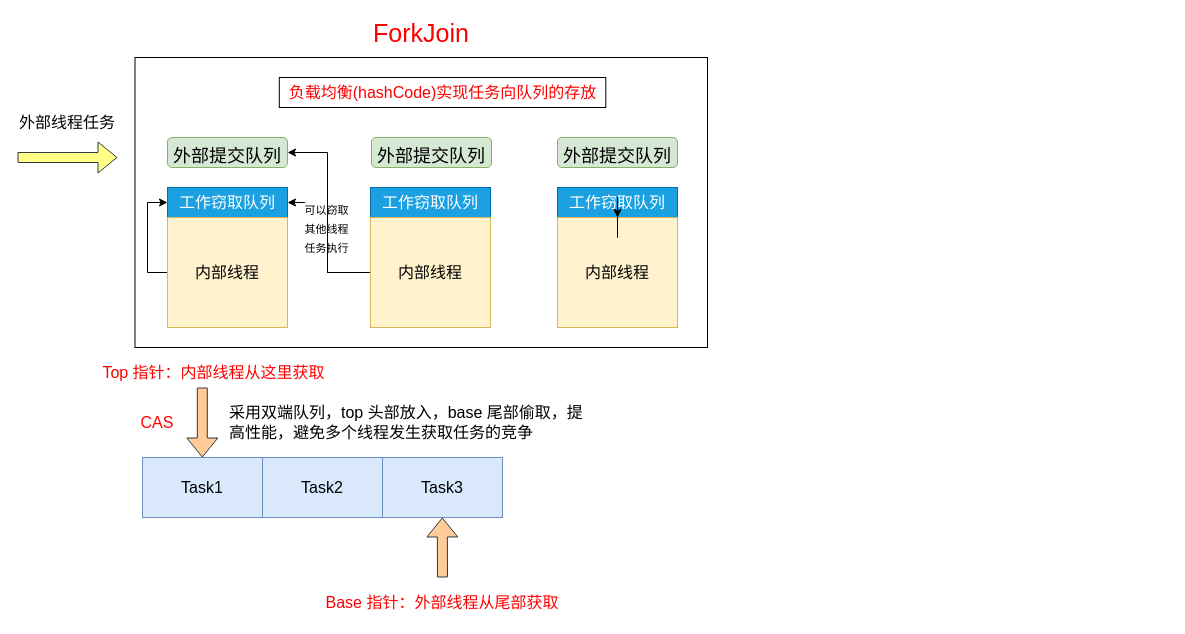
This is utilsdemo/src/main/resources/FlowDiagram/ForkJoin设计框架.drawio from an-1024/WorkUtil, a draw.io file, before an edit. Source tidied: cells renumbered, new cells numbered last; positions are measured from the earlier drawing's top-left corner, leaving out a move shared by most shapes. Both pictures are drawn from the tidied source at 100%, with x=0, y=0 at pixel (17, 17).
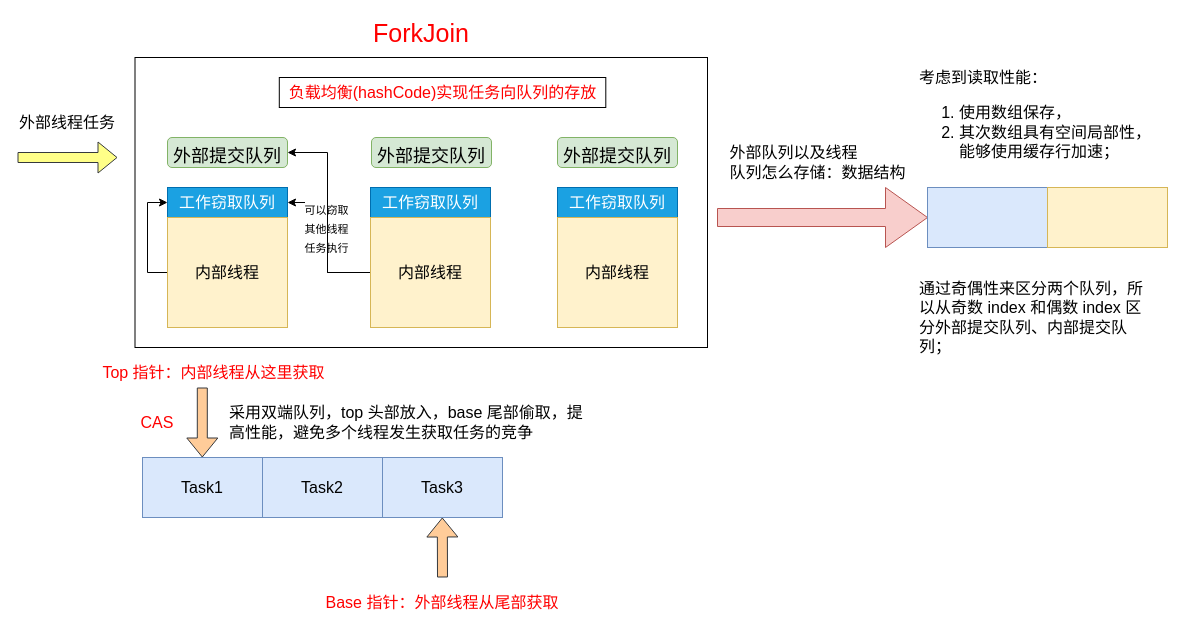
The same diagram, later.

Commit message (it also covers changes not shown here):
更新ForkJoin设计框架.drawio

The change refers to these unchanged cells:
```xml
<mxCell id="2" style="group;" parent="1" vertex="1">
  <mxGeometry width="690" height="600" as="geometry" />
</mxCell>
<mxCell id="27" value="&lt;font style=&quot;font-size: 16px;&quot;&gt;工作窃取队列&lt;/font&gt;" style="rounded=0;whiteSpace=wrap;html=1;fontSize=18;fontColor=#ffffff;fillColor=#1ba1e2;strokeColor=#006EAF;" parent="2" vertex="1">
  <mxGeometry x="540" y="170" width="120" height="30" as="geometry" />
</mxCell>
<mxCell id="28" value="内部线程" style="rounded=0;whiteSpace=wrap;html=1;fontSize=16;fillColor=#fff2cc;strokeColor=#d6b656;" parent="2" vertex="1">
  <mxGeometry x="540" y="200" width="120" height="110" as="geometry" />
</mxCell>
```

The edit, as a diff of the source:
```diff
@@
-    <mxCell id="29" style="edgeStyle=orthogonalEdgeStyle;rounded=0;jettySize=auto;html=1;fontSize=11;fontColor=#000000;" parent="2" edge="1" source="27" target="28">
-      <mxGeometry relative="1" as="geometry" />
-    </mxCell>
@@
+    <mxCell id="31" style="shape=singleArrow;whiteSpace=wrap;html=1;fontSize=16;fillColor=#f8cecc;strokeColor=#b85450;" parent="1" vertex="1">
+      <mxGeometry x="700" y="170" width="210" height="60" as="geometry" />
+    </mxCell>
+    <mxCell id="32" value="&lt;div style=&quot;text-align: left;&quot;&gt;&lt;span style=&quot;color: rgb(0, 0, 0); background-color: initial;&quot;&gt;外部队列以及线程&lt;/span&gt;&lt;/div&gt;&lt;font color=&quot;#000000&quot;&gt;队列怎么存储：数据结构&lt;/font&gt;" style="text;html=1;align=center;verticalAlign=middle;strokeColor=none;fillColor=none;fontSize=16;fontColor=#FF0000;" parent="1" vertex="1">
+      <mxGeometry x="700" y="120" width="200" height="50" as="geometry" />
+    </mxCell>
+    <mxCell id="33" style="rounded=0;whiteSpace=wrap;html=1;strokeColor=#6c8ebf;fontSize=16;fillColor=#dae8fc;" parent="1" vertex="1">
+      <mxGeometry x="910" y="170" width="120" height="60" as="geometry" />
+    </mxCell>
+    <mxCell id="34" value="考虑到读取性能：&lt;br&gt;&lt;ol&gt;&lt;li&gt;使用数组保存，&lt;/li&gt;&lt;li&gt;其次数组具有空间局部性，能够使用缓存行加速；&lt;/li&gt;&lt;/ol&gt;" style="text;html=1;strokeColor=none;fillColor=none;align=left;verticalAlign=middle;whiteSpace=wrap;rounded=0;fontSize=16;fontColor=#000000;" parent="1" vertex="1">
+      <mxGeometry x="900" y="50" width="240" height="110" as="geometry" />
+    </mxCell>
+    <mxCell id="35" value="通过奇偶性来区分两个队列，所以从奇数 index 和偶数 index 区分外部提交队列、内部提交队列；" style="text;html=1;strokeColor=none;fillColor=none;align=left;verticalAlign=middle;whiteSpace=wrap;rounded=0;fontSize=16;fontColor=#000000;" parent="1" vertex="1">
+      <mxGeometry x="900" y="245" width="240" height="110" as="geometry" />
+    </mxCell>
+    <mxCell id="36" style="rounded=0;whiteSpace=wrap;html=1;strokeColor=#d6b656;fontSize=16;fillColor=#fff2cc;" parent="1" vertex="1">
+      <mxGeometry x="1030" y="170" width="120" height="60" as="geometry" />
+    </mxCell>
```
